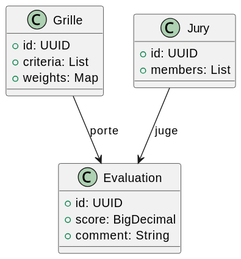
Before: docs/Diagrams/Evaluation/ms4-evaluation-class.svg, a diagram exported from PlantUML (reemslama/mini-projet-web). The source it was exported from:
```plantuml
@startuml
skinparam backgroundColor #FFFFFF
class Grille {
  +id: UUID
  +criteria: List
  +weights: Map
}

class Jury {
  +id: UUID
  +members: List
}

class Evaluation {
  +id: UUID
  +score: BigDecimal
  +comment: String
}

Grille --> Evaluation : porte
Jury --> Evaluation : juge
@enduml
```
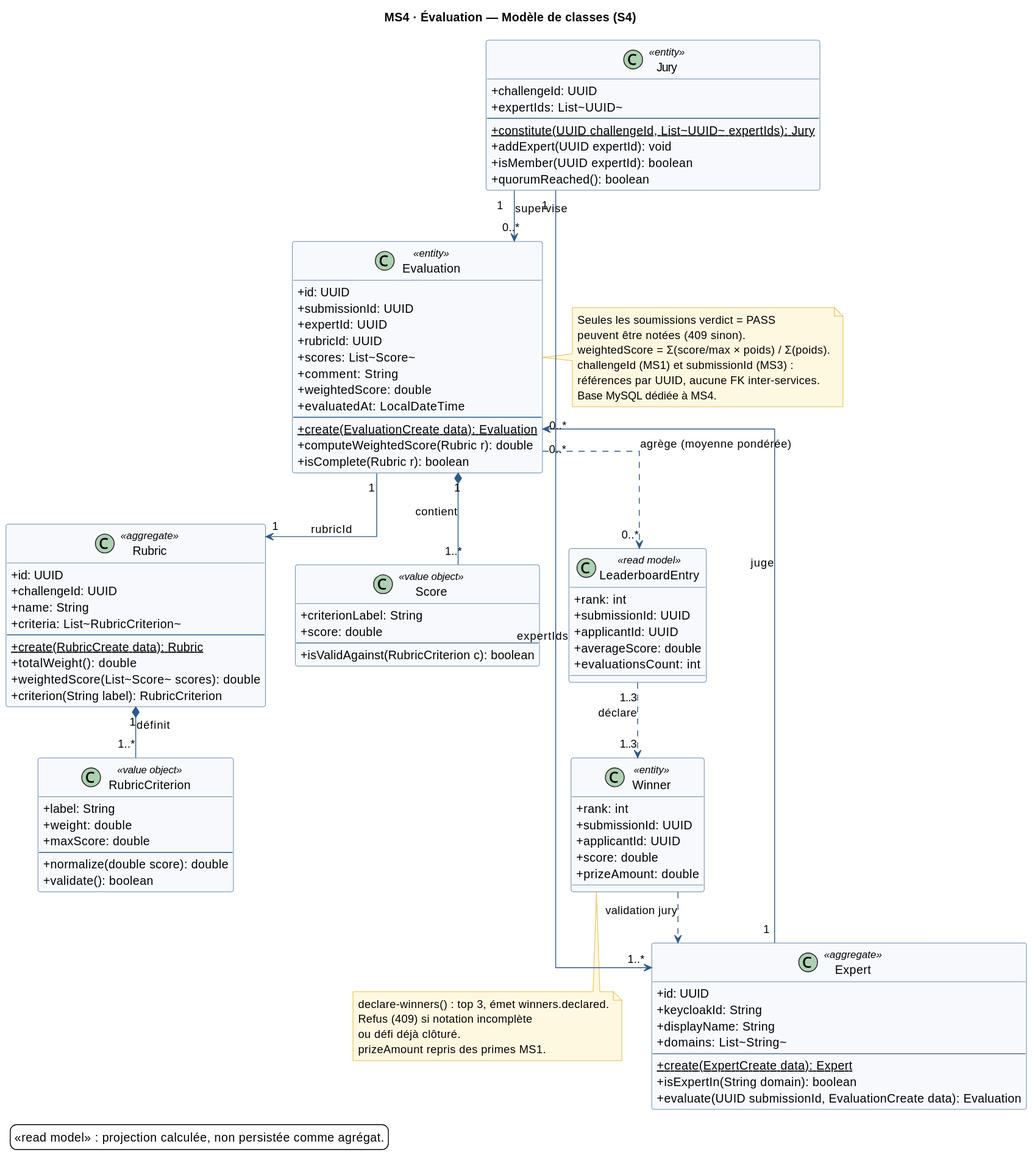
After the commit.

Change to the diagram source:
```diff
@@ -1,22 +1,125 @@
 @startuml
+title MS4 · Évaluation — Modèle de classes (S4)
+
 skinparam backgroundColor #FFFFFF
-class Grille {
+skinparam classAttributeIconSize 0
+skinparam shadowing false
+skinparam linetype ortho
+skinparam ClassBackgroundColor #F7F9FC
+skinparam ClassBorderColor #2E5A88
+skinparam ArrowColor #2E5A88
+skinparam FontName Helvetica
+skinparam FontSize 12
+skinparam NoteBackgroundColor #FFF8E1
+skinparam NoteBorderColor #D9A400
+
+class Expert <<aggregate>> {
   +id: UUID
-  +criteria: List
-  +weights: Map
+  +keycloakId: String
+  +displayName: String
+  +domains: List~String~
+  --
+  +create(ExpertCreate data): Expert {static}
+  +isExpertIn(String domain): boolean
+  +evaluate(UUID submissionId, EvaluationCreate data): Evaluation
 }
 
-class Jury {
-  +id: UUID
-  +members: List
+class Jury <<entity>> {
+  +challengeId: UUID
+  +expertIds: List~UUID~
+  --
+  +constitute(UUID challengeId, List~UUID~ expertIds): Jury {static}
+  +addExpert(UUID expertId): void
+  +isMember(UUID expertId): boolean
+  +quorumReached(): boolean
 }
 
-class Evaluation {
-  +id: UUID
-  +score: BigDecimal
-  +comment: String
+class RubricCriterion <<value object>> {
+  +label: String
+  +weight: double
+  +maxScore: double
+  --
+  +normalize(double score): double
+  +validate(): boolean
 }
 
-Grille --> Evaluation : porte
-Jury --> Evaluation : juge
+class Rubric <<aggregate>> {
+  +id: UUID
+  +challengeId: UUID
+  +name: String
+  +criteria: List~RubricCriterion~
+  --
+  +create(RubricCreate data): Rubric {static}
+  +totalWeight(): double
+  +weightedScore(List~Score~ scores): double
+  +criterion(String label): RubricCriterion
+}
+
+class Score <<value object>> {
+  +criterionLabel: String
+  +score: double
+  --
+  +isValidAgainst(RubricCriterion c): boolean
+}
+
+class Evaluation <<entity>> {
+  +id: UUID
+  +submissionId: UUID
+  +expertId: UUID
+  +rubricId: UUID
+  +scores: List~Score~
+  +comment: String
+  +weightedScore: double
+  +evaluatedAt: LocalDateTime
+  --
+  +create(EvaluationCreate data): Evaluation {static}
+  +computeWeightedScore(Rubric r): double
+  +isComplete(Rubric r): boolean
+}
+
+class LeaderboardEntry <<read model>> {
+  +rank: int
+  +submissionId: UUID
+  +applicantId: UUID
+  +averageScore: double
+  +evaluationsCount: int
+}
+
+class Winner <<entity>> {
+  +rank: int
+  +submissionId: UUID
+  +applicantId: UUID
+  +score: double
+  +prizeAmount: double
+}
+
+Jury "1" --> "1..*" Expert : expertIds
+Rubric "1" *-- "1..*" RubricCriterion : définit
+Evaluation "1" *-- "1..*" Score : contient
+Evaluation "1" --> "1" Rubric : rubricId
+Expert "1" --> "0..*" Evaluation : juge
+Jury "1" --> "0..*" Evaluation : supervise
+Evaluation "0..*" ..> "0..*" LeaderboardEntry : agrège (moyenne pondérée)
+LeaderboardEntry "1..3" ..> "1..3" Winner : déclare
+Winner ..> Expert : validation jury
+
+note right of Evaluation
+  Seules les soumissions verdict = PASS
+  peuvent être notées (409 sinon).
+  weightedScore = Σ(score/max × poids) / Σ(poids).
+  challengeId (MS1) et submissionId (MS3) :
+  références par UUID, aucune FK inter-services.
+  Base MySQL dédiée à MS4.
+end note
+
+note bottom of Winner
+  declare-winners() : top 3, émet winners.declared.
+  Refus (409) si notation incomplète
+  ou défi déjà clôturé.
+  prizeAmount repris des primes MS1.
+end note
+
+legend bottom left
+  <<read model>> : projection calculée, non persistée comme agrégat.
+end legend
 @enduml
```
